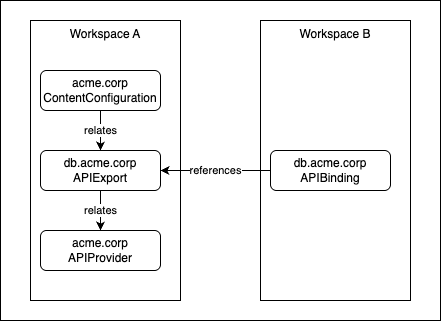
Earlier version of the draw.io export rfc/assets/entities.png (platform-mesh/architecture). Source tidied: cells renumbered, new cells last; positions are measured from the earlier drawing's top-left corner, leaving out a move shared by most shapes. Its diagram source:
```xml
<mxGraphModel>
  <root>
    <mxCell id="0" />
    <mxCell id="1" parent="0" />
    <mxCell id="2" style="rounded=0;whiteSpace=wrap;html=1;verticalAlign=top;" parent="1" vertex="1">
      <mxGeometry width="440" height="320" as="geometry" />
    </mxCell>
    <mxCell id="3" value="Workspace A" style="rounded=0;whiteSpace=wrap;html=1;verticalAlign=top;" parent="1" vertex="1">
      <mxGeometry x="30" y="20" width="150" height="280" as="geometry" />
    </mxCell>
    <mxCell id="4" value="Workspace B" style="rounded=0;whiteSpace=wrap;html=1;verticalAlign=top;" parent="1" vertex="1">
      <mxGeometry x="260" y="20" width="150" height="280" as="geometry" />
    </mxCell>
    <mxCell id="5" value="relates" style="edgeStyle=orthogonalEdgeStyle;rounded=0;jettySize=auto;html=1;entryX=0.5;entryY=0;entryDx=0;entryDy=0;" parent="1" edge="1" source="6" target="7">
      <mxGeometry relative="1" as="geometry" />
    </mxCell>
    <mxCell id="6" value="db.acme.corp&lt;br&gt;APIExport" style="rounded=1;whiteSpace=wrap;html=1;" parent="1" vertex="1">
      <mxGeometry x="40" y="150" width="120" height="40" as="geometry" />
    </mxCell>
    <mxCell id="7" value="acme.corp&lt;br&gt;APIProvider" style="rounded=1;whiteSpace=wrap;html=1;" parent="1" vertex="1">
      <mxGeometry x="40" y="230" width="120" height="40" as="geometry" />
    </mxCell>
    <mxCell id="8" value="relates" style="edgeStyle=orthogonalEdgeStyle;rounded=0;jettySize=auto;html=1;entryX=0.5;entryY=0;entryDx=0;entryDy=0;" parent="1" edge="1" source="9" target="6">
      <mxGeometry relative="1" as="geometry" />
    </mxCell>
    <mxCell id="9" value="acme.corp&lt;br&gt;ContentConfiguration" style="rounded=1;whiteSpace=wrap;html=1;" parent="1" vertex="1">
      <mxGeometry x="40" y="70" width="120" height="40" as="geometry" />
    </mxCell>
    <mxCell id="10" value="references" style="edgeStyle=orthogonalEdgeStyle;rounded=0;jettySize=auto;html=1;entryX=1;entryY=0.5;entryDx=0;entryDy=0;" parent="1" edge="1" source="11" target="6">
      <mxGeometry relative="1" as="geometry" />
    </mxCell>
    <mxCell id="11" value="db.acme.corp&lt;br&gt;APIBinding" style="rounded=1;whiteSpace=wrap;html=1;" parent="1" vertex="1">
      <mxGeometry x="270" y="150" width="120" height="40" as="geometry" />
    </mxCell>
  </root>
</mxGraphModel>
```
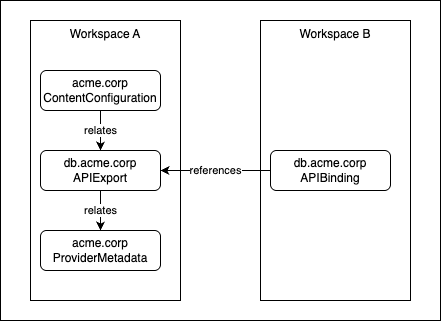
Above is the later version.

Commit message:
docs: update diagram to reflect renamed resource

What changed in the source:
```diff
@@ -17,7 +17,7 @@
     <mxCell id="6" value="db.acme.corp&lt;br&gt;APIExport" style="rounded=1;whiteSpace=wrap;html=1;" parent="1" vertex="1">
       <mxGeometry x="40" y="150" width="120" height="40" as="geometry" />
     </mxCell>
-    <mxCell id="7" value="acme.corp&lt;br&gt;APIProvider" style="rounded=1;whiteSpace=wrap;html=1;" parent="1" vertex="1">
+    <mxCell id="7" value="acme.corp&lt;br&gt;ProviderMetadata" style="rounded=1;whiteSpace=wrap;html=1;" parent="1" vertex="1">
       <mxGeometry x="40" y="230" width="120" height="40" as="geometry" />
     </mxCell>
     <mxCell id="8" value="relates" style="edgeStyle=orthogonalEdgeStyle;rounded=0;jettySize=auto;html=1;entryX=0.5;entryY=0;entryDx=0;entryDy=0;" parent="1" edge="1" source="9" target="6">
```
